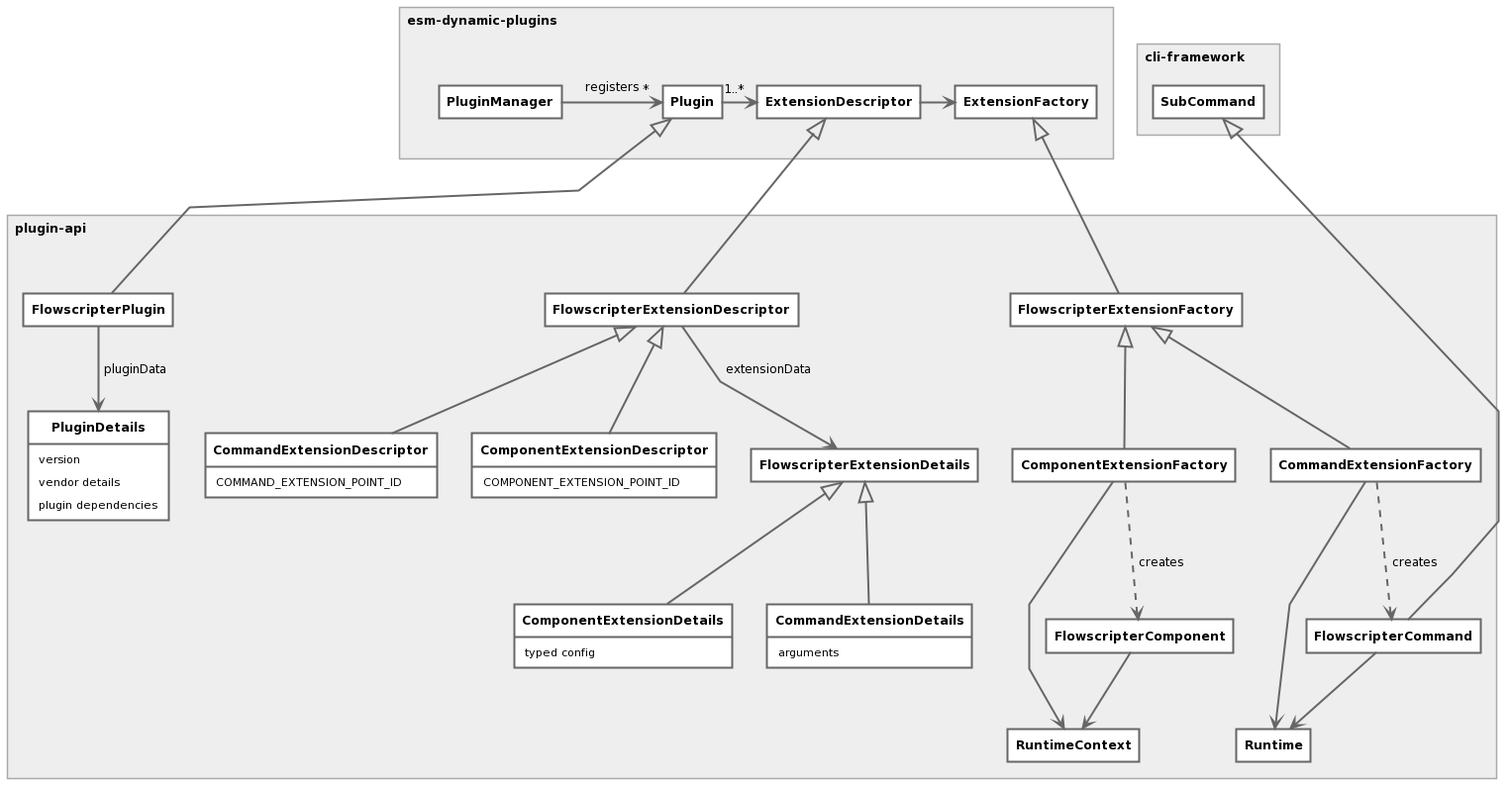
Above: images/high_level_plugin_class_diagram.png in flowscripter/plugin-api (PlantUML), before the change. Source of this version:
```plantuml
@startuml
skinparam {
    shadowing false
    CircledCharacterFontSize 8
    ClassBackgroundColor #FFF
    ClassArrowColor #666
    ClassBorderColor #666
    PackageBorderColor #AAA
    ClassBorderThickness 2
    PackageBackgroundColor #EEE
    PackageTitleAlignment left
    PackageFontSize 12
    ClassFontStyle bold
    ClassFontSize 12
    ArrowFontSize 12
    ArrowThickness 2
    Padding 5
    linetype polyline
    NoteBorderColor #666
    NoteBackgroundColor #FFF
}

hide empty members
hide circle

together {
    package esm-dynamic-plugins <<Rectangle>> {
        together {
            class PluginManager
            class Plugin
            class ExtensionDescriptor
        }
        class ExtensionFactory
    }

    package cli-framework <<Rectangle>> {
        class SubCommand
    }
}

package plugin-api <<Rectangle>> {
    class PluginDetails
    class FlowscripterPlugin extends Plugin

    together {
        class FlowscripterExtensionDescriptor extends ExtensionDescriptor
        class FlowscripterExtensionDetails
    class CommandExtensionDescriptor
    class ComponentExtensionDescriptor
    }

    class CommandExtensionDetails extends FlowscripterExtensionDetails
    class ComponentExtensionDetails extends FlowscripterExtensionDetails

    class FlowscripterExtensionFactory extends ExtensionFactory
    class CommandExtensionFactory extends FlowscripterExtensionFactory
    class ComponentExtensionFactory extends FlowscripterExtensionFactory

    class FlowscripterCommand
    class FlowscripterComponent
    class RuntimeContext
    class Runtime
}

FlowscripterCommand --|> SubCommand

FlowscripterExtensionDescriptor <|-down- CommandExtensionDescriptor
FlowscripterExtensionDescriptor <|-down- ComponentExtensionDescriptor

PluginManager -right-> "*" Plugin : "registers"
Plugin -right-> "1..*" ExtensionDescriptor
ExtensionDescriptor -right-> ExtensionFactory
FlowscripterPlugin --> PluginDetails : "pluginData"
FlowscripterExtensionDescriptor --> FlowscripterExtensionDetails : "extensionData"
FlowscripterCommand --> Runtime
FlowscripterComponent --> RuntimeContext
ComponentExtensionFactory ..> FlowscripterComponent : "creates"
CommandExtensionFactory ..> FlowscripterCommand : "creates"
ComponentExtensionFactory --> RuntimeContext
CommandExtensionFactory --> Runtime

PluginDetails : version
PluginDetails : vendor details
PluginDetails : plugin dependencies
CommandExtensionDescriptor : COMMAND_EXTENSION_POINT_ID
ComponentExtensionDescriptor : COMPONENT_EXTENSION_POINT_ID
CommandExtensionDetails : arguments
ComponentExtensionDetails : typed config
@enduml
```
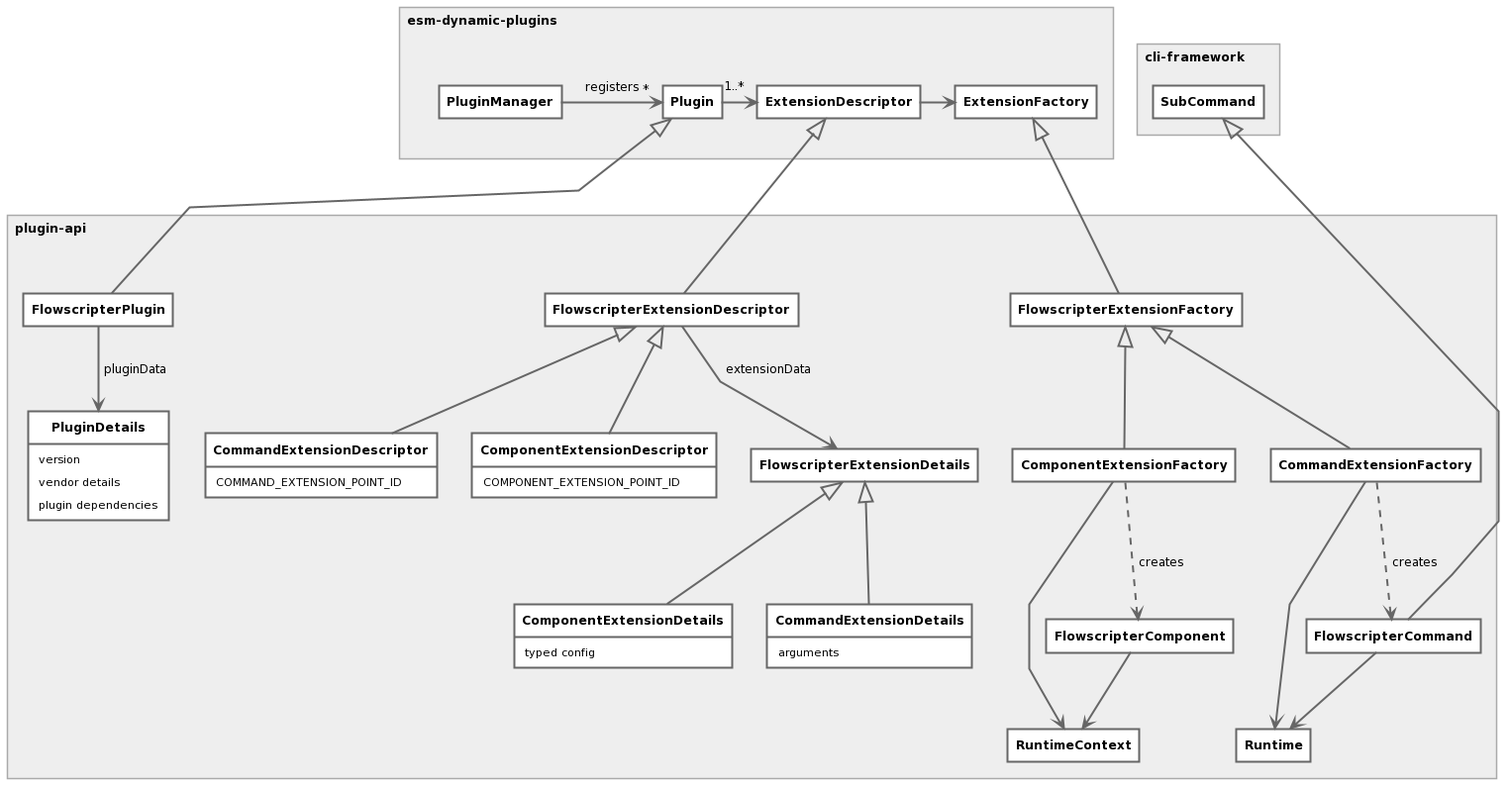
The same diagram one commit later.

Commit message:
chore: migrate to using plantuml-proxy-cli for uml render on git commit

What changed in the source:
```diff
@@ -68,7 +68,7 @@
 FlowscripterExtensionDescriptor <|-down- ComponentExtensionDescriptor
 
 PluginManager -right-> "*" Plugin : "registers"
-Plugin -right-> "1..*" ExtensionDescriptor
+Plugin -right-> "  1..*" ExtensionDescriptor
 ExtensionDescriptor -right-> ExtensionFactory
 FlowscripterPlugin --> PluginDetails : "pluginData"
 FlowscripterExtensionDescriptor --> FlowscripterExtensionDetails : "extensionData"
```
